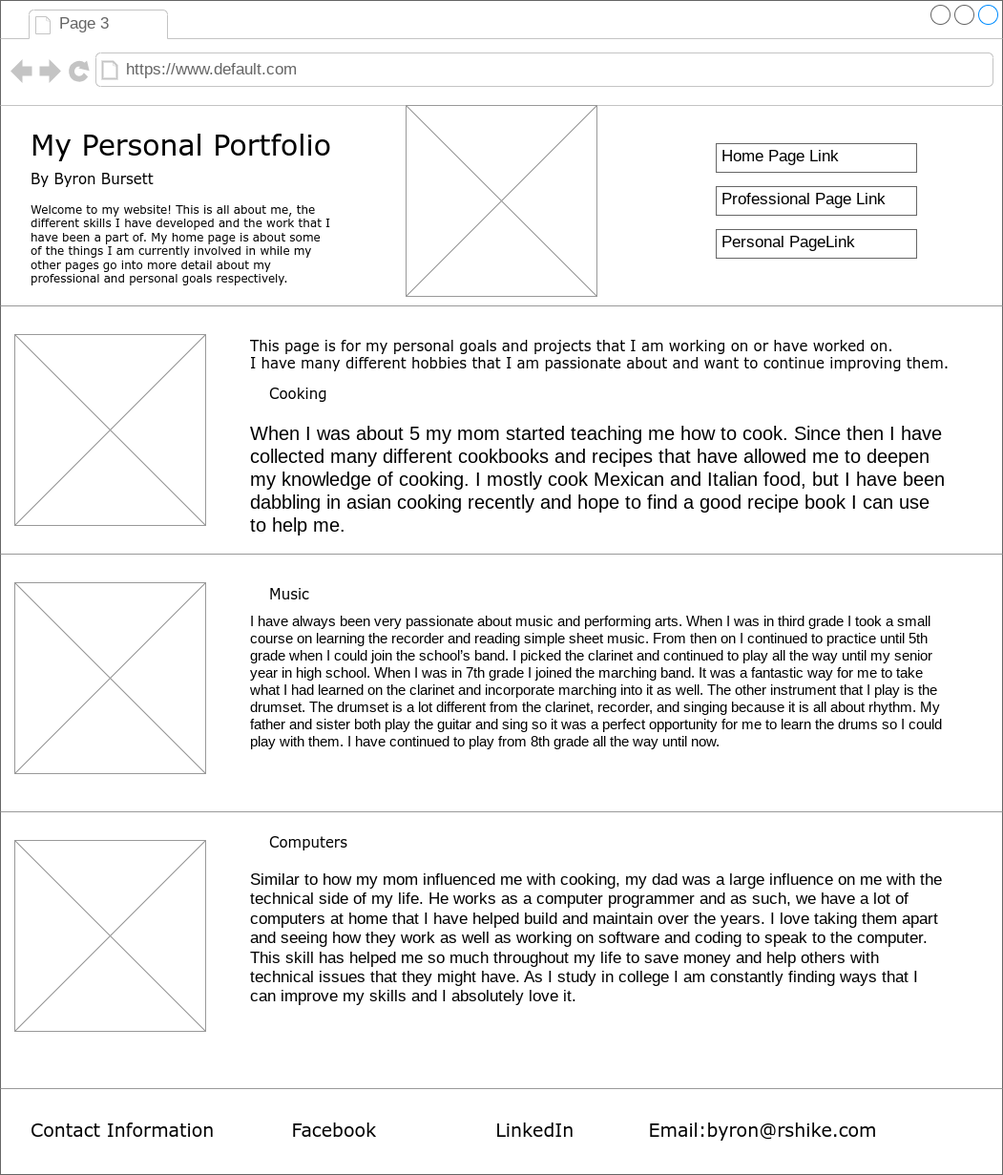
Before: personalwebsite/images/Personal Page.drawio.png, a diagram exported from draw.io (pizzapie000/wdd130). Source tidied: cells renumbered, new cells last; positions are measured from the earlier drawing's top-left corner, leaving out a move shared by most shapes.
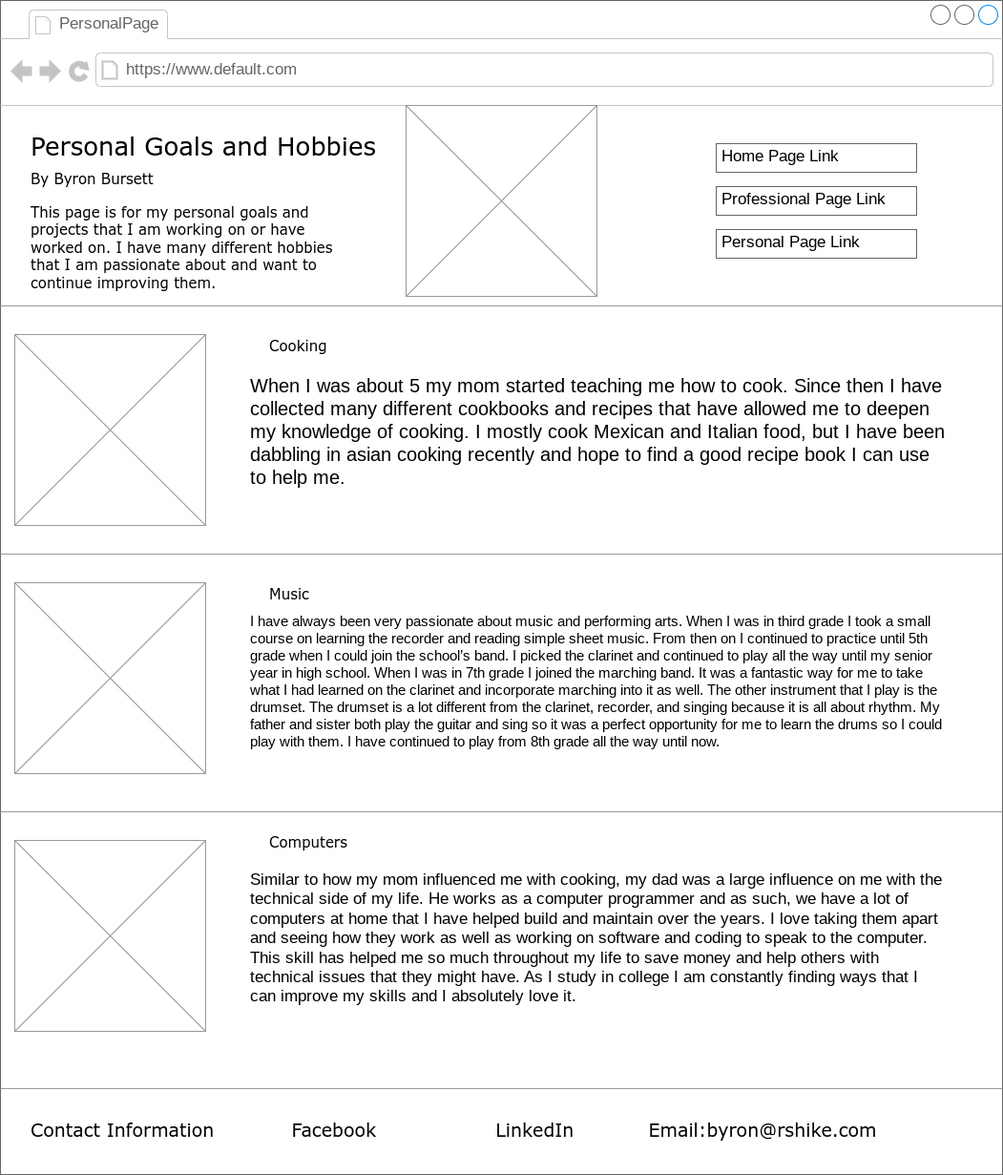
After the change.

Change to the diagram source:
```diff
@@ -5,26 +5,26 @@
     <mxCell id="2" style="strokeWidth=1;shadow=0;dashed=0;align=center;html=1;shape=mxgraph.mockup.containers.browserWindow;rSize=0;strokeColor=#666666;mainText=,;rounded=0;labelBackgroundColor=none;fontFamily=Verdana;fontSize=12;" parent="1" vertex="1">
       <mxGeometry width="1050" height="1230" as="geometry" />
     </mxCell>
-    <mxCell id="3" value="Page 3" style="strokeWidth=1;shadow=0;dashed=0;align=center;html=1;shape=mxgraph.mockup.containers.anchor;fontSize=17;fontColor=#666666;align=left;" parent="2" vertex="1">
+    <mxCell id="3" value="PersonalPage" style="strokeWidth=1;shadow=0;dashed=0;align=center;html=1;shape=mxgraph.mockup.containers.anchor;fontSize=17;fontColor=#666666;align=left;" parent="2" vertex="1">
       <mxGeometry x="60" y="12" width="110" height="26" as="geometry" />
     </mxCell>
     <mxCell id="4" value="https://www.default.com" style="strokeWidth=1;shadow=0;dashed=0;align=center;html=1;shape=mxgraph.mockup.containers.anchor;rSize=0;fontSize=17;fontColor=#666666;align=left;" parent="2" vertex="1">
       <mxGeometry x="130" y="60" width="250" height="26" as="geometry" />
     </mxCell>
-    <mxCell id="5" value="My Personal Portfolio" style="text;html=1;align=left;verticalAlign=top;spacingTop=-4;fontSize=30;fontFamily=Verdana;" parent="2" vertex="1">
+    <mxCell id="5" value="&lt;font style=&quot;font-size: 26px;&quot;&gt;Personal Goals and Hobbies&lt;/font&gt;" style="text;html=1;align=left;verticalAlign=top;spacingTop=-4;fontSize=30;fontFamily=Verdana;" parent="2" vertex="1">
       <mxGeometry x="30" y="130" width="340" height="50" as="geometry" />
     </mxCell>
     <mxCell id="6" value="By Byron Bursett" style="text;html=1;align=left;verticalAlign=top;spacingTop=-4;fontSize=15;fontFamily=Verdana;" parent="2" vertex="1">
       <mxGeometry x="30" y="175" width="170" height="30" as="geometry" />
     </mxCell>
-    <mxCell id="7" value="Welcome to my website! This is all about me, the different skills I have developed and the work that I have been a part of. My home page is about some of the things I am currently involved in while my other pages go into more detail about my professional and personal goals respectively." style="text;html=1;align=left;verticalAlign=top;spacingTop=-4;fontSize=12;fontFamily=Verdana;whiteSpace=wrap;" parent="2" vertex="1">
+    <mxCell id="7" value="&lt;font style=&quot;font-size: 15px;&quot;&gt;This page is for my personal goals and projects that I am working on or have worked on. I have many different hobbies that I am passionate about and want to continue improving them.&lt;/font&gt;" style="text;html=1;align=left;verticalAlign=top;spacingTop=-4;fontSize=12;fontFamily=Verdana;whiteSpace=wrap;" parent="2" vertex="1">
       <mxGeometry x="30" y="210" width="320" height="90" as="geometry" />
     </mxCell>
     <mxCell id="8" style="verticalLabelPosition=bottom;shadow=0;dashed=0;align=center;html=1;verticalAlign=top;strokeWidth=1;shape=mxgraph.mockup.markup.line;strokeColor=#999999;rounded=0;labelBackgroundColor=none;fillColor=#ffffff;fontFamily=Verdana;fontSize=12;fontColor=#000000;" parent="2" vertex="1">
       <mxGeometry y="310" width="1050" height="20" as="geometry" />
     </mxCell>
     <mxCell id="9" value="Cooking" style="text;html=1;align=left;verticalAlign=top;spacingTop=-4;fontSize=15;fontFamily=Verdana;" parent="2" vertex="1">
-      <mxGeometry x="280" y="400" width="170" height="30" as="geometry" />
+      <mxGeometry x="280" y="350" width="170" height="30" as="geometry" />
     </mxCell>
     <mxCell id="10" style="verticalLabelPosition=bottom;shadow=0;dashed=0;align=center;html=1;verticalAlign=top;strokeWidth=1;shape=mxgraph.mockup.markup.line;strokeColor=#999999;rounded=0;labelBackgroundColor=none;fillColor=#ffffff;fontFamily=Verdana;fontSize=12;fontColor=#000000;" parent="2" vertex="1">
       <mxGeometry y="570" width="1050" height="20" as="geometry" />
@@ -41,7 +41,7 @@
     <mxCell id="14" value="Professional Page Link" style="strokeWidth=1;shadow=0;dashed=0;align=center;html=1;shape=mxgraph.mockup.text.textBox;fontColor=#000000;align=left;fontSize=17;spacingLeft=4;spacingTop=-3;whiteSpace=wrap;strokeColor=#666666;mainText=;" parent="2" vertex="1">
       <mxGeometry x="750" y="195" width="210" height="30" as="geometry" />
     </mxCell>
-    <mxCell id="15" value="Personal PageLink" style="strokeWidth=1;shadow=0;dashed=0;align=center;html=1;shape=mxgraph.mockup.text.textBox;fontColor=#000000;align=left;fontSize=17;spacingLeft=4;spacingTop=-3;whiteSpace=wrap;strokeColor=#666666;mainText=;" parent="2" vertex="1">
+    <mxCell id="15" value="Personal Page Link" style="strokeWidth=1;shadow=0;dashed=0;align=center;html=1;shape=mxgraph.mockup.text.textBox;fontColor=#000000;align=left;fontSize=17;spacingLeft=4;spacingTop=-3;whiteSpace=wrap;strokeColor=#666666;mainText=;" parent="2" vertex="1">
       <mxGeometry x="750" y="240" width="210" height="30" as="geometry" />
     </mxCell>
     <mxCell id="16" value="Home Page Link" style="strokeWidth=1;shadow=0;dashed=0;align=center;html=1;shape=mxgraph.mockup.text.textBox;fontColor=#000000;align=left;fontSize=17;spacingLeft=4;spacingTop=-3;whiteSpace=wrap;strokeColor=#666666;mainText=;" parent="2" vertex="1">
@@ -50,11 +50,11 @@
     <mxCell id="17" value="&lt;font style=&quot;font-size: 15px;&quot;&gt;I have always been very passionate about music and performing arts. When I was in third grade I took a small course on learning the recorder and reading simple sheet music. From then on I continued to practice until 5th grade when I could join the school’s band. I picked the clarinet and continued to play all the way until my senior year in high school. When I was in 7th grade I joined the marching band. It was a fantastic way for me to take what I had learned on the clarinet and incorporate marching into it as well. The other instrument that I play is the drumset. The drumset is a lot different from the clarinet, recorder, and singing because it is all about rhythm. My father and sister both play the guitar and sing so it was a perfect opportunity for me to learn the drums so I could play with them. I have continued to play from 8th grade all the way until now.&lt;/font&gt;" style="text;spacingTop=-5;whiteSpace=wrap;html=1;align=left;fontSize=12;fontFamily=Helvetica;fillColor=none;strokeColor=none;rounded=0;shadow=1;labelBackgroundColor=none;" parent="2" vertex="1">
       <mxGeometry x="260" y="640" width="730" height="170" as="geometry" />
     </mxCell>
-    <mxCell id="18" style="verticalLabelPosition=bottom;shadow=0;dashed=0;align=center;html=1;verticalAlign=top;strokeWidth=1;shape=mxgraph.mockup.graphics.simpleIcon;strokeColor=#999999;fillColor=#ffffff;rounded=0;labelBackgroundColor=none;fontFamily=Verdana;fontSize=12;fontColor=#000000;" parent="2" vertex="1">
+    <mxCell id="18" style="verticalLabelPosition=bottom;shadow=0;dashed=0;align=center;html=1;verticalAlign=top;strokeWidth=1;shape=mxgraph.mockup.graphics.simpleIcon;strokeColor=#999999;fillColor=#ffffff;rounded=0;labelBackgroundColor=none;fontFamily=Verdana;fontSize=12;fontColor=#000000;direction=south;" parent="2" vertex="1">
       <mxGeometry x="15" y="350" width="200" height="200" as="geometry" />
     </mxCell>
     <mxCell id="19" value="&lt;font style=&quot;font-size: 20px;&quot;&gt;When I was about 5 my mom started teaching me how to cook. Since then I have collected many different cookbooks and recipes that have allowed me to deepen my knowledge of cooking. I mostly cook Mexican and Italian food, but I have been dabbling in asian cooking recently and hope to find a good recipe book I can use to help me.&amp;nbsp;&lt;/font&gt;" style="text;spacingTop=-5;whiteSpace=wrap;html=1;align=left;fontSize=12;fontFamily=Helvetica;fillColor=none;strokeColor=none;rounded=0;shadow=1;labelBackgroundColor=none;" parent="2" vertex="1">
-      <mxGeometry x="260" y="440" width="730" height="170" as="geometry" />
+      <mxGeometry x="260" y="390" width="730" height="170" as="geometry" />
     </mxCell>
     <mxCell id="20" style="verticalLabelPosition=bottom;shadow=0;dashed=0;align=center;html=1;verticalAlign=top;strokeWidth=1;shape=mxgraph.mockup.markup.line;strokeColor=#999999;rounded=0;labelBackgroundColor=none;fillColor=#ffffff;fontFamily=Verdana;fontSize=12;fontColor=#000000;" parent="2" vertex="1">
       <mxGeometry y="840" width="1050" height="20" as="geometry" />
@@ -68,9 +68,6 @@
     <mxCell id="23" value="Computers" style="text;html=1;align=left;verticalAlign=top;spacingTop=-4;fontSize=15;fontFamily=Verdana;" parent="2" vertex="1">
       <mxGeometry x="280" y="870" width="170" height="30" as="geometry" />
     </mxCell>
-    <mxCell id="24" value="This page is for my personal goals and projects that I am working on or have worked on.&lt;br&gt;I have many different hobbies that I am passionate about and want to continue improving them." style="text;html=1;align=left;verticalAlign=top;spacingTop=-4;fontSize=15;fontFamily=Verdana;" parent="2" vertex="1">
-      <mxGeometry x="260" y="350" width="700" height="70" as="geometry" />
-    </mxCell>
     <mxCell id="25" style="verticalLabelPosition=bottom;shadow=0;dashed=0;align=center;html=1;verticalAlign=top;strokeWidth=1;shape=mxgraph.mockup.markup.line;strokeColor=#999999;rounded=0;labelBackgroundColor=none;fillColor=#ffffff;fontFamily=Verdana;fontSize=12;fontColor=#000000;" parent="2" vertex="1">
       <mxGeometry y="1130" width="1050" height="20" as="geometry" />
     </mxCell>
```
